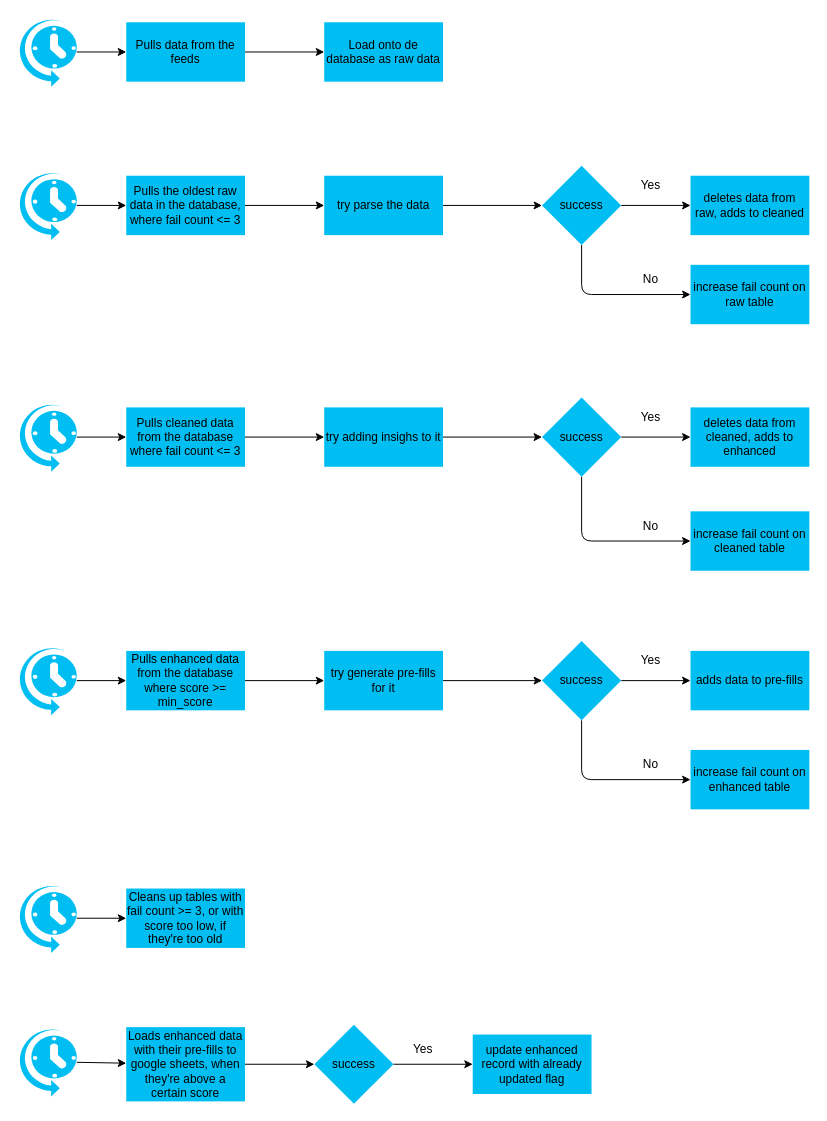
joao-mbn/jobhunt keeps this draw.io diagram as system-design.drawio. Above is the earlier version. Source tidied: cells renumbered, new cells numbered last; positions are measured from the earlier drawing's top-left corner, leaving out a move shared by most shapes. Both pictures are drawn from the tidied source at 99%, with x=0, y=0 at pixel (17, 17).
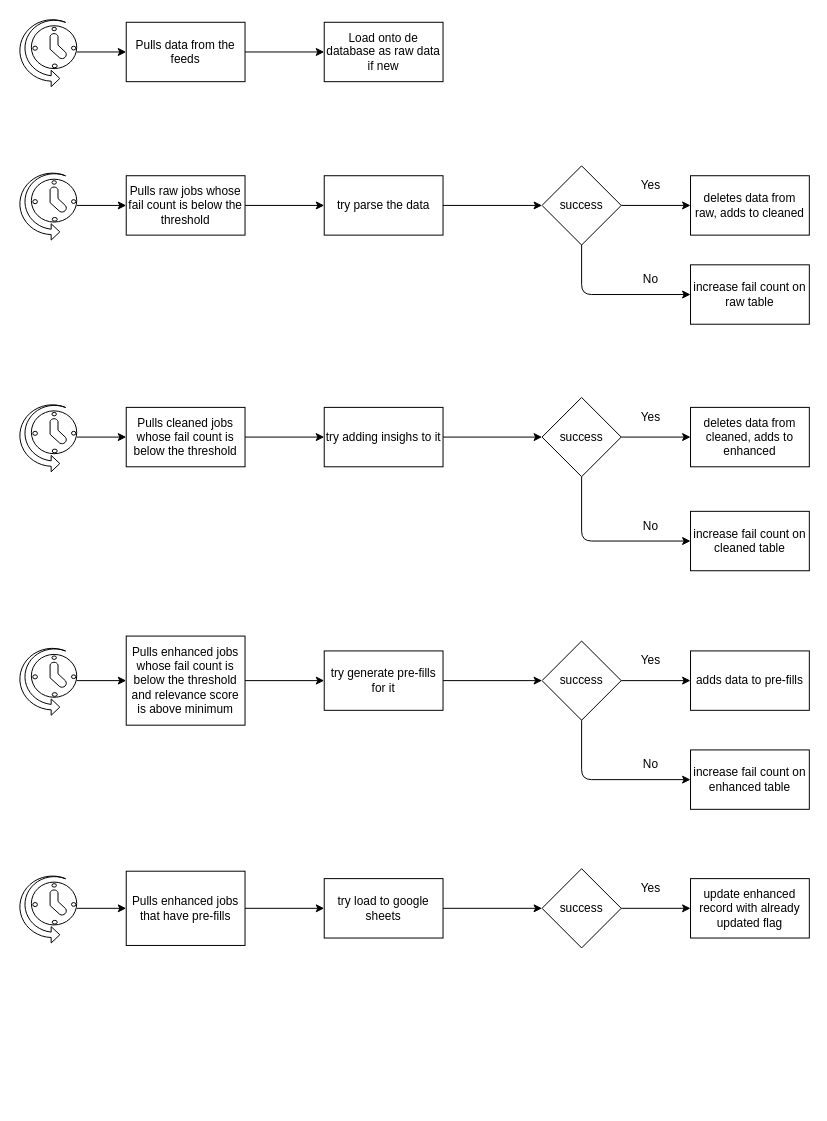
After the change.

Commit message:
updated design diagram

The edit, as a diff of the source:
```diff
@@
-    <mxCell id="3" style="verticalLabelPosition=bottom;html=1;verticalAlign=middle;align=center;strokeColor=none;fillColor=#00BEF2;shape=mxgraph.azure.scheduler;" parent="1" vertex="1">
+    <mxCell id="3" style="verticalLabelPosition=bottom;html=1;verticalAlign=middle;align=center;shape=mxgraph.azure.scheduler;" parent="1" vertex="1">
       <mxGeometry width="60" height="70" as="geometry" />
     </mxCell>
@@
-    <mxCell id="5" value="Pulls data from the feeds" style="whiteSpace=wrap;html=1;verticalAlign=middle;fillColor=#00BEF2;strokeColor=none;" parent="1" vertex="1">
+    <mxCell id="5" value="Pulls data from the feeds" style="whiteSpace=wrap;html=1;verticalAlign=middle;" parent="1" vertex="1">
       <mxGeometry x="110" y="5" width="120" height="60" as="geometry" />
     </mxCell>
-    <mxCell id="6" value="Load onto de database as raw data" style="whiteSpace=wrap;html=1;verticalAlign=middle;fillColor=#00BEF2;strokeColor=none;" parent="1" vertex="1">
+    <mxCell id="6" value="Load onto de database as raw data if new" style="whiteSpace=wrap;html=1;verticalAlign=middle;" parent="1" vertex="1">
       <mxGeometry x="310" y="5" width="120" height="60" as="geometry" />
     </mxCell>
@@
-    <mxCell id="8" style="verticalLabelPosition=bottom;html=1;verticalAlign=middle;align=center;strokeColor=none;fillColor=#00BEF2;shape=mxgraph.azure.scheduler;" parent="1" vertex="1">
+    <mxCell id="8" style="verticalLabelPosition=bottom;html=1;verticalAlign=middle;align=center;shape=mxgraph.azure.scheduler;" parent="1" vertex="1">
       <mxGeometry y="155" width="60" height="70" as="geometry" />
     </mxCell>
@@
-    <mxCell id="10" value="Pulls the oldest raw data in the database, where fail count &amp;lt;= 3" style="whiteSpace=wrap;html=1;verticalAlign=middle;fillColor=#00BEF2;strokeColor=none;" parent="1" vertex="1">
+    <mxCell id="10" value="Pulls raw jobs whose fail count is below the threshold" style="whiteSpace=wrap;html=1;verticalAlign=middle;" parent="1" vertex="1">
       <mxGeometry x="110" y="160" width="120" height="60" as="geometry" />
     </mxCell>
@@
-    <mxCell id="12" value="try parse the data" style="whiteSpace=wrap;html=1;verticalAlign=middle;fillColor=#00BEF2;strokeColor=none;" parent="1" vertex="1">
+    <mxCell id="12" value="try parse the data" style="whiteSpace=wrap;html=1;verticalAlign=middle;" parent="1" vertex="1">
       <mxGeometry x="310" y="160" width="120" height="60" as="geometry" />
     </mxCell>
@@
-    <mxCell id="15" value="success" style="rhombus;whiteSpace=wrap;html=1;verticalAlign=middle;fillColor=#00BEF2;strokeColor=none;align=center;" parent="1" vertex="1">
+    <mxCell id="15" value="success" style="rhombus;whiteSpace=wrap;html=1;verticalAlign=middle;align=center;" parent="1" vertex="1">
       <mxGeometry x="530" y="150" width="80" height="80" as="geometry" />
     </mxCell>
-    <mxCell id="16" value="deletes data from raw, adds to cleaned" style="whiteSpace=wrap;html=1;fillColor=#00BEF2;strokeColor=none;" parent="1" vertex="1">
+    <mxCell id="16" value="deletes data from raw, adds to cleaned" style="whiteSpace=wrap;html=1;" parent="1" vertex="1">
       <mxGeometry x="680" y="160" width="120" height="60" as="geometry" />
     </mxCell>
@@
-    <mxCell id="18" style="verticalLabelPosition=bottom;html=1;verticalAlign=middle;align=center;strokeColor=none;fillColor=#00BEF2;shape=mxgraph.azure.scheduler;" parent="1" vertex="1">
+    <mxCell id="18" style="verticalLabelPosition=bottom;html=1;verticalAlign=middle;align=center;shape=mxgraph.azure.scheduler;" parent="1" vertex="1">
       <mxGeometry y="389" width="60" height="70" as="geometry" />
     </mxCell>
@@
-    <mxCell id="20" value="Pulls cleaned data from the database where fail count &amp;lt;= 3" style="whiteSpace=wrap;html=1;verticalAlign=middle;fillColor=#00BEF2;strokeColor=none;" parent="1" vertex="1">
+    <mxCell id="20" value="Pulls cleaned jobs whose fail count is below the threshold" style="whiteSpace=wrap;html=1;verticalAlign=middle;" parent="1" vertex="1">
       <mxGeometry x="110" y="394" width="120" height="60" as="geometry" />
     </mxCell>
@@
-    <mxCell id="22" value="try adding insighs to it" style="whiteSpace=wrap;html=1;verticalAlign=middle;fillColor=#00BEF2;strokeColor=none;" parent="1" vertex="1">
+    <mxCell id="22" value="try adding insighs to it" style="whiteSpace=wrap;html=1;verticalAlign=middle;" parent="1" vertex="1">
       <mxGeometry x="310" y="394" width="120" height="60" as="geometry" />
     </mxCell>
@@
-    <mxCell id="25" value="success" style="rhombus;whiteSpace=wrap;html=1;verticalAlign=middle;fillColor=#00BEF2;strokeColor=none;align=center;" parent="1" vertex="1">
+    <mxCell id="25" value="success" style="rhombus;whiteSpace=wrap;html=1;verticalAlign=middle;align=center;" parent="1" vertex="1">
       <mxGeometry x="530" y="384" width="80" height="80" as="geometry" />
     </mxCell>
-    <mxCell id="26" value="deletes data from cleaned, adds to enhanced" style="whiteSpace=wrap;html=1;fillColor=#00BEF2;strokeColor=none;" parent="1" vertex="1">
+    <mxCell id="26" value="deletes data from cleaned, adds to enhanced" style="whiteSpace=wrap;html=1;" parent="1" vertex="1">
       <mxGeometry x="680" y="394" width="120" height="60" as="geometry" />
     </mxCell>
-    <mxCell id="27" value="increase fail count on raw table" style="whiteSpace=wrap;html=1;fillColor=#00BEF2;strokeColor=none;" parent="1" vertex="1">
+    <mxCell id="27" value="increase fail count on raw table" style="whiteSpace=wrap;html=1;" parent="1" vertex="1">
       <mxGeometry x="680" y="250" width="120" height="60" as="geometry" />
     </mxCell>
@@
-    <mxCell id="29" style="verticalLabelPosition=bottom;html=1;verticalAlign=middle;align=center;strokeColor=none;fillColor=#00BEF2;shape=mxgraph.azure.scheduler;" parent="1" vertex="1">
+    <mxCell id="29" style="verticalLabelPosition=bottom;html=1;verticalAlign=middle;align=center;shape=mxgraph.azure.scheduler;" parent="1" vertex="1">
       <mxGeometry y="635" width="60" height="70" as="geometry" />
     </mxCell>
@@
-    <mxCell id="31" value="Pulls enhanced data from the database where score &amp;gt;= min_score" style="whiteSpace=wrap;html=1;verticalAlign=middle;fillColor=#00BEF2;strokeColor=none;" parent="1" vertex="1">
-      <mxGeometry x="110" y="640" width="120" height="60" as="geometry" />
+    <mxCell id="31" value="Pulls enhanced jobs whose fail count is below the threshold and relevance score is above minimum" style="whiteSpace=wrap;html=1;verticalAlign=middle;" parent="1" vertex="1">
+      <mxGeometry x="110" y="625" width="120" height="90" as="geometry" />
     </mxCell>
@@
-    <mxCell id="33" value="try generate pre-fills for it" style="whiteSpace=wrap;html=1;verticalAlign=middle;fillColor=#00BEF2;strokeColor=none;" parent="1" vertex="1">
+    <mxCell id="33" value="try generate pre-fills for it" style="whiteSpace=wrap;html=1;verticalAlign=middle;" parent="1" vertex="1">
       <mxGeometry x="310" y="640" width="120" height="60" as="geometry" />
     </mxCell>
@@
-    <mxCell id="36" value="success" style="rhombus;whiteSpace=wrap;html=1;verticalAlign=middle;fillColor=#00BEF2;strokeColor=none;align=center;" parent="1" vertex="1">
+    <mxCell id="36" value="success" style="rhombus;whiteSpace=wrap;html=1;verticalAlign=middle;align=center;" parent="1" vertex="1">
       <mxGeometry x="530" y="630" width="80" height="80" as="geometry" />
     </mxCell>
-    <mxCell id="37" value="adds data to pre-fills" style="whiteSpace=wrap;html=1;fillColor=#00BEF2;strokeColor=none;" parent="1" vertex="1">
+    <mxCell id="37" value="adds data to pre-fills" style="whiteSpace=wrap;html=1;" parent="1" vertex="1">
       <mxGeometry x="680" y="640" width="120" height="60" as="geometry" />
     </mxCell>
-    <mxCell id="38" value="increase fail count on cleaned table" style="whiteSpace=wrap;html=1;fillColor=#00BEF2;strokeColor=none;" parent="1" vertex="1">
+    <mxCell id="38" value="increase fail count on cleaned table" style="whiteSpace=wrap;html=1;" parent="1" vertex="1">
       <mxGeometry x="680" y="499" width="120" height="60" as="geometry" />
     </mxCell>
-    <mxCell id="39" value="increase fail count on enhanced table" style="whiteSpace=wrap;html=1;fillColor=#00BEF2;strokeColor=none;" parent="1" vertex="1">
+    <mxCell id="39" value="increase fail count on enhanced table" style="whiteSpace=wrap;html=1;" parent="1" vertex="1">
       <mxGeometry x="680" y="740" width="120" height="60" as="geometry" />
     </mxCell>
-    <mxCell id="40" style="edgeStyle=none;html=1;verticalAlign=middle;" parent="1" edge="1" source="41" target="42">
-      <mxGeometry relative="1" as="geometry" />
+    <mxCell id="40" style="edgeStyle=none;html=1;verticalAlign=middle;" parent="1" edge="1">
+      <mxGeometry relative="1" as="geometry">
+        <mxPoint x="110" y="910" as="targetPoint" />
+      </mxGeometry>
     </mxCell>
-    <mxCell id="41" style="verticalLabelPosition=bottom;html=1;verticalAlign=middle;align=center;strokeColor=none;fillColor=#00BEF2;shape=mxgraph.azure.scheduler;" parent="1" vertex="1">
-      <mxGeometry y="875" width="60" height="70" as="geometry" />
-    </mxCell>
-    <mxCell id="42" value="Cleans up tables with fail count &amp;gt;= 3, or with score too low, if they're too old" style="whiteSpace=wrap;html=1;verticalAlign=middle;fillColor=#00BEF2;strokeColor=none;" parent="1" vertex="1">
-      <mxGeometry x="110" y="880" width="120" height="60" as="geometry" />
-    </mxCell>
@@
-    <mxCell id="44" style="verticalLabelPosition=bottom;html=1;verticalAlign=middle;align=center;strokeColor=none;fillColor=#00BEF2;shape=mxgraph.azure.scheduler;" parent="1" vertex="1">
-      <mxGeometry y="1020" width="60" height="70" as="geometry" />
+    <mxCell id="44" style="verticalLabelPosition=bottom;html=1;verticalAlign=middle;align=center;shape=mxgraph.azure.scheduler;" parent="1" vertex="1">
+      <mxGeometry y="865" width="60" height="70" as="geometry" />
     </mxCell>
-    <mxCell id="45" style="edgeStyle=orthogonalEdgeStyle;html=1;exitX=1;exitY=0.5;exitDx=0;exitDy=0;entryX=0;entryY=0.5;entryDx=0;entryDy=0;" parent="1" edge="1" source="46" target="49">
-      <mxGeometry relative="1" as="geometry" />
-    </mxCell>
+    <mxCell id="57" style="edgeStyle=none;html=1;" parent="1" edge="1" source="46" target="59">
+      <mxGeometry relative="1" as="geometry" />
+    </mxCell>
-    <mxCell id="46" value="Loads enhanced data with their pre-fills to google sheets, when they're above a certain score" style="whiteSpace=wrap;html=1;verticalAlign=middle;fillColor=#00BEF2;strokeColor=none;" parent="1" vertex="1">
-      <mxGeometry x="110" y="1020" width="120" height="75" as="geometry" />
+    <mxCell id="46" value="Pulls enhanced jobs that have pre-fills" style="whiteSpace=wrap;html=1;verticalAlign=middle;" parent="1" vertex="1">
+      <mxGeometry x="110" y="862.5" width="120" height="75" as="geometry" />
     </mxCell>
-    <mxCell id="47" value="update enhanced record with already updated flag" style="whiteSpace=wrap;html=1;fillColor=#00BEF2;strokeColor=none;" parent="1" vertex="1">
-      <mxGeometry x="460" y="1027.5" width="120" height="60" as="geometry" />
+    <mxCell id="47" value="update enhanced record with already updated flag" style="whiteSpace=wrap;html=1;" parent="1" vertex="1">
+      <mxGeometry x="680" y="870" width="120" height="60" as="geometry" />
     </mxCell>
@@
-    <mxCell id="49" value="success" style="rhombus;whiteSpace=wrap;html=1;verticalAlign=middle;fillColor=#00BEF2;strokeColor=none;align=center;" parent="1" vertex="1">
-      <mxGeometry x="300" y="1017.5" width="80" height="80" as="geometry" />
+    <mxCell id="49" value="success" style="rhombus;whiteSpace=wrap;html=1;verticalAlign=middle;align=center;" parent="1" vertex="1">
+      <mxGeometry x="530" y="860" width="80" height="80" as="geometry" />
     </mxCell>
-    <mxCell id="50" value="Yes" style="text;html=1;strokeColor=none;fillColor=none;align=center;verticalAlign=middle;whiteSpace=wrap;rounded=0;" parent="1" vertex="1">
-      <mxGeometry x="380" y="1027.5" width="60" height="30" as="geometry" />
+    <mxCell id="50" value="Yes" style="text;html=1;align=center;verticalAlign=middle;whiteSpace=wrap;rounded=0;" parent="1" vertex="1">
+      <mxGeometry x="610" y="865" width="60" height="30" as="geometry" />
     </mxCell>
-    <mxCell id="51" value="Yes" style="text;html=1;strokeColor=none;fillColor=none;align=center;verticalAlign=middle;whiteSpace=wrap;rounded=0;" parent="1" vertex="1">
+    <mxCell id="51" value="Yes" style="text;html=1;align=center;verticalAlign=middle;whiteSpace=wrap;rounded=0;" parent="1" vertex="1">
       <mxGeometry x="610" y="635" width="60" height="30" as="geometry" />
     </mxCell>
-    <mxCell id="52" value="Yes" style="text;html=1;strokeColor=none;fillColor=none;align=center;verticalAlign=middle;whiteSpace=wrap;rounded=0;" parent="1" vertex="1">
+    <mxCell id="52" value="Yes" style="text;html=1;align=center;verticalAlign=middle;whiteSpace=wrap;rounded=0;" parent="1" vertex="1">
       <mxGeometry x="610" y="389" width="60" height="30" as="geometry" />
     </mxCell>
-    <mxCell id="53" value="Yes" style="text;html=1;strokeColor=none;fillColor=none;align=center;verticalAlign=middle;whiteSpace=wrap;rounded=0;" parent="1" vertex="1">
+    <mxCell id="53" value="Yes" style="text;html=1;align=center;verticalAlign=middle;whiteSpace=wrap;rounded=0;" parent="1" vertex="1">
       <mxGeometry x="610" y="155" width="60" height="30" as="geometry" />
     </mxCell>
-    <mxCell id="54" value="No" style="text;html=1;strokeColor=none;fillColor=none;align=center;verticalAlign=middle;whiteSpace=wrap;rounded=0;" parent="1" vertex="1">
+    <mxCell id="54" value="No" style="text;html=1;align=center;verticalAlign=middle;whiteSpace=wrap;rounded=0;" parent="1" vertex="1">
       <mxGeometry x="610" y="250" width="60" height="30" as="geometry" />
     </mxCell>
-    <mxCell id="55" value="No" style="text;html=1;strokeColor=none;fillColor=none;align=center;verticalAlign=middle;whiteSpace=wrap;rounded=0;" parent="1" vertex="1">
+    <mxCell id="55" value="No" style="text;html=1;align=center;verticalAlign=middle;whiteSpace=wrap;rounded=0;" parent="1" vertex="1">
       <mxGeometry x="610" y="499" width="60" height="30" as="geometry" />
     </mxCell>
-    <mxCell id="56" value="No" style="text;html=1;strokeColor=none;fillColor=none;align=center;verticalAlign=middle;whiteSpace=wrap;rounded=0;" parent="1" vertex="1">
+    <mxCell id="56" value="No" style="text;html=1;align=center;verticalAlign=middle;whiteSpace=wrap;rounded=0;" parent="1" vertex="1">
       <mxGeometry x="610" y="740" width="60" height="30" as="geometry" />
     </mxCell>
+    <mxCell id="58" style="edgeStyle=none;html=1;" parent="1" edge="1" source="59" target="49">
+      <mxGeometry relative="1" as="geometry" />
+    </mxCell>
+    <mxCell id="59" value="try load to google sheets" style="whiteSpace=wrap;html=1;" parent="1" vertex="1">
+      <mxGeometry x="310" y="870" width="120" height="60" as="geometry" />
+    </mxCell>
```
